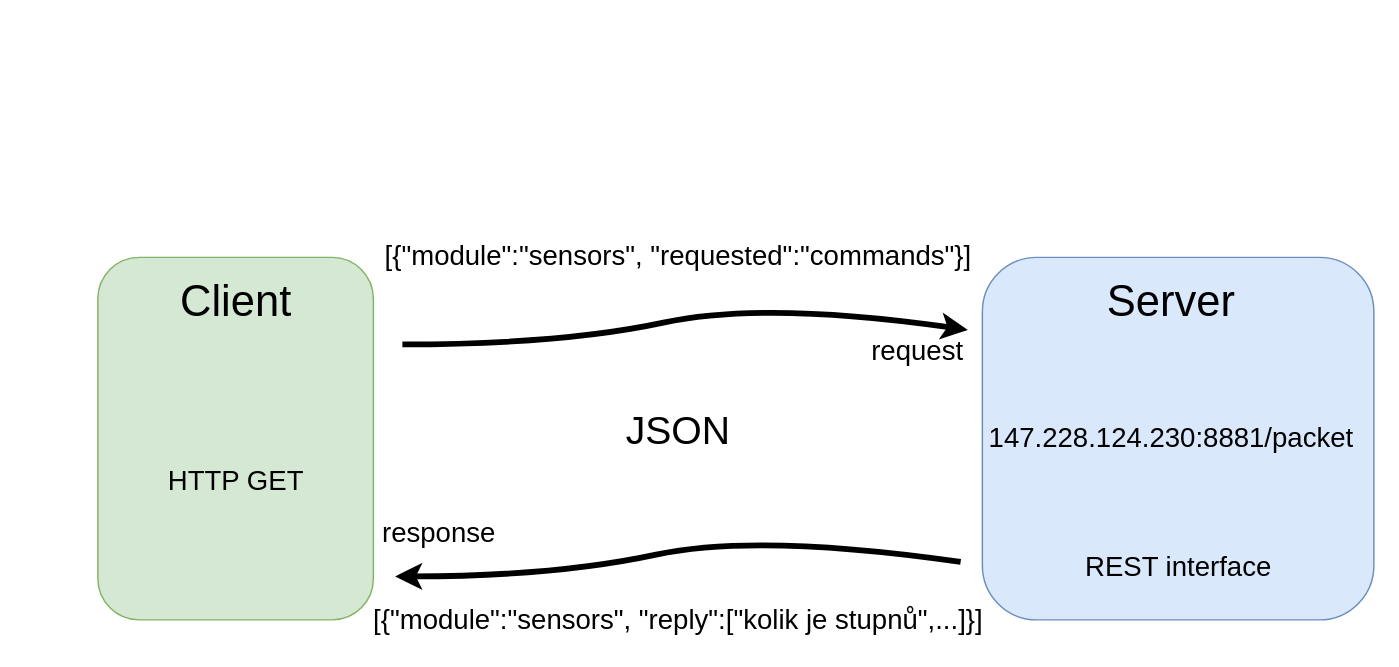
This is egs/voicehome/doc/thesis/img/REST_schema.drawio from kitt10/iot, a draw.io file, before an edit. Source tidied: cells renumbered, new cells numbered last; positions are measured from the earlier drawing's top-left corner, leaving out a move shared by most shapes. Both pictures are drawn from the tidied source at 145%, with x=0, y=0 at pixel (97, 235).
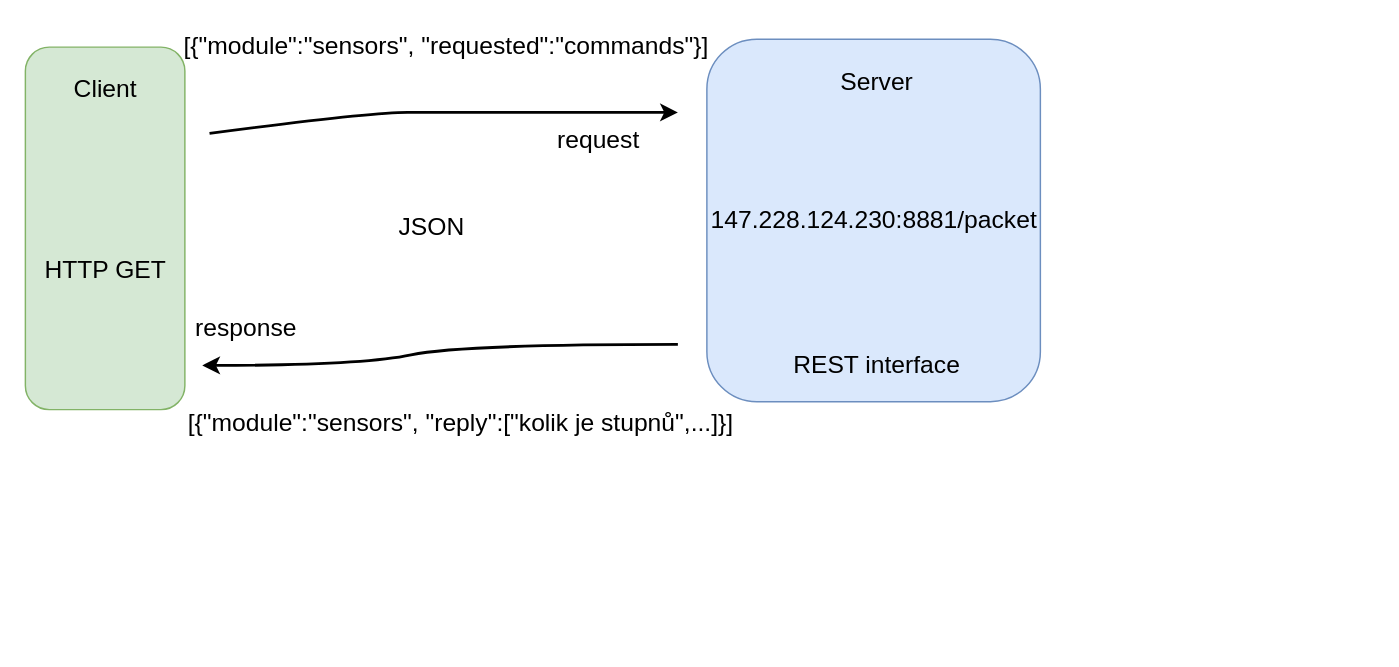
Above is the later version.

What changed in the source:
```diff
@@
-    <mxCell id="2" style="rounded=1;whiteSpace=wrap;html=1;fillColor=#d5e8d4;strokeColor=#82b366;" parent="1" vertex="1">
-      <mxGeometry y="15" width="190" height="250" as="geometry" />
-    </mxCell>
+    <mxCell id="16" style="rounded=1;whiteSpace=wrap;html=1;fillColor=#d5e8d4;strokeColor=#82b366;fontSize=17;" parent="1" vertex="1">
+      <mxGeometry x="-50" y="-130" width="110" height="250" as="geometry" />
+    </mxCell>
-    <mxCell id="3" value="Client" style="text;html=1;align=center;verticalAlign=middle;fontSize=30;" parent="1" vertex="1">
-      <mxGeometry x="50" y="25" width="90" height="40" as="geometry" />
+    <mxCell id="3" value="Client" style="text;html=1;align=center;verticalAlign=middle;fontSize=17;" parent="1" vertex="1">
+      <mxGeometry x="-25" y="-115" width="60" height="30" as="geometry" />
     </mxCell>
-    <mxCell id="4" value="HTTP GET" style="text;html=1;align=center;verticalAlign=middle;fontSize=19;" parent="1" vertex="1">
-      <mxGeometry x="40" y="155" width="110" height="30" as="geometry" />
+    <mxCell id="4" value="HTTP GET" style="text;html=1;align=center;verticalAlign=middle;fontSize=17;" parent="1" vertex="1">
+      <mxGeometry x="-45" y="10" width="100" height="30" as="geometry" />
     </mxCell>
-    <mxCell id="5" style="rounded=1;whiteSpace=wrap;html=1;fillColor=#dae8fc;strokeColor=#6c8ebf;" parent="1" vertex="1">
-      <mxGeometry x="610" y="15" width="270" height="250" as="geometry" />
-    </mxCell>
-    <mxCell id="6" value="Server" style="text;html=1;align=center;verticalAlign=middle;fontSize=30;" parent="1" vertex="1">
-      <mxGeometry x="690" y="25" width="100" height="40" as="geometry" />
-    </mxCell>
-    <mxCell id="7" value="REST interface" style="text;html=1;align=center;verticalAlign=middle;fontSize=19;" parent="1" vertex="1">
-      <mxGeometry x="675" y="214" width="140" height="30" as="geometry" />
-    </mxCell>
-    <mxCell id="8" value="147.228.124.230:8881/packet" style="text;html=1;align=center;verticalAlign=middle;fontSize=19;" parent="1" vertex="1">
-      <mxGeometry x="605" y="125" width="270" height="30" as="geometry" />
-    </mxCell>
-    <mxCell id="9" style="curved=1;endArrow=classic;html=1;fontSize=17;strokeWidth=4;" parent="1" edge="1">
-      <mxGeometry relative="1" as="geometry">
-        <mxPoint x="210" y="75" as="sourcePoint" />
-        <mxPoint x="600" y="65" as="targetPoint" />
-        <Array as="points">
-          <mxPoint x="320" y="75" />
-          <mxPoint x="460" y="45" />
-        </Array>
-      </mxGeometry>
-    </mxCell>
+    <mxCell id="17" style="curved=1;endArrow=classic;html=1;fontSize=17;strokeWidth=2;" parent="1" edge="1">
+      <mxGeometry relative="1" as="geometry">
+        <mxPoint x="77" y="-70.5" as="sourcePoint" />
+        <mxPoint x="400" y="-85" as="targetPoint" />
+        <Array as="points">
+          <mxPoint x="187" y="-85" />
+          <mxPoint x="240" y="-85" />
+        </Array>
+      </mxGeometry>
+    </mxCell>
-    <mxCell id="10" value="JSON" style="text;html=1;align=center;verticalAlign=middle;fontSize=27;" parent="1" vertex="1">
-      <mxGeometry x="355" y="115" width="90" height="40" as="geometry" />
+    <mxCell id="10" value="JSON" style="text;html=1;align=center;verticalAlign=middle;fontSize=17;" parent="1" vertex="1">
+      <mxGeometry x="200" y="-20" width="60" height="30" as="geometry" />
     </mxCell>
-    <mxCell id="11" value="response" style="text;html=1;align=center;verticalAlign=middle;fontSize=19;" parent="1" vertex="1">
-      <mxGeometry x="190" y="191" width="90" height="30" as="geometry" />
+    <mxCell id="11" value="response" style="text;html=1;align=center;verticalAlign=middle;fontSize=17;" parent="1" vertex="1">
+      <mxGeometry x="57" y="50" width="90" height="30" as="geometry" />
     </mxCell>
-    <mxCell id="12" value="request" style="text;html=1;align=center;verticalAlign=middle;fontSize=19;" parent="1" vertex="1">
-      <mxGeometry x="525" y="65" width="80" height="30" as="geometry" />
+    <mxCell id="12" value="request" style="text;html=1;align=center;verticalAlign=middle;fontSize=17;" parent="1" vertex="1">
+      <mxGeometry x="310" y="-80" width="70" height="30" as="geometry" />
     </mxCell>
-    <mxCell id="13" value="&lt;font style=&quot;font-size: 19px;&quot;&gt;[{&quot;module&quot;:&quot;sensors&quot;, &quot;requested&quot;:&quot;commands&quot;}]&lt;/font&gt;" style="text;html=1;align=center;verticalAlign=middle;fontSize=19;" parent="1" vertex="1">
-      <mxGeometry x="190" width="420" height="30" as="geometry" />
+    <mxCell id="13" value="&lt;font style=&quot;font-size: 17px;&quot;&gt;[{&quot;module&quot;:&quot;sensors&quot;, &quot;requested&quot;:&quot;commands&quot;}]&lt;/font&gt;" style="text;html=1;align=center;verticalAlign=middle;fontSize=17;" parent="1" vertex="1">
+      <mxGeometry x="50" y="-145" width="380" height="30" as="geometry" />
     </mxCell>
-    <mxCell id="14" value="&lt;font style=&quot;font-size: 19px;&quot;&gt;[{&quot;module&quot;:&quot;sensors&quot;, &quot;reply&quot;:[&quot;kolik je stupnů&quot;,...]}]&lt;/font&gt;" style="text;html=1;align=center;verticalAlign=middle;fontSize=19;" parent="1" vertex="1">
-      <mxGeometry x="180" y="251" width="440" height="30" as="geometry" />
+    <mxCell id="14" value="&lt;font style=&quot;font-size: 17px;&quot;&gt;[{&quot;module&quot;:&quot;sensors&quot;, &quot;reply&quot;:[&quot;kolik je stupnů&quot;,...]}]&lt;/font&gt;" style="text;html=1;align=center;verticalAlign=middle;fontSize=17;" parent="1" vertex="1">
+      <mxGeometry x="55" y="114.5" width="390" height="30" as="geometry" />
     </mxCell>
-    <mxCell id="15" style="curved=1;endArrow=classic;html=1;fontSize=17;strokeWidth=4;" parent="1" edge="1">
-      <mxGeometry relative="1" as="geometry">
-        <mxPoint x="595" y="225" as="sourcePoint" />
-        <mxPoint x="205" y="235" as="targetPoint" />
-        <Array as="points">
-          <mxPoint x="455" y="205" />
-          <mxPoint x="315" y="235" />
-        </Array>
-      </mxGeometry>
-    </mxCell>
+    <mxCell id="18" style="curved=1;endArrow=classic;html=1;fontSize=17;strokeWidth=2;" parent="1" edge="1">
+      <mxGeometry relative="1" as="geometry">
+        <mxPoint x="400" y="75" as="sourcePoint" />
+        <mxPoint x="72" y="89.5" as="targetPoint" />
+        <Array as="points">
+          <mxPoint x="250" y="75" />
+          <mxPoint x="182" y="89.5" />
+        </Array>
+      </mxGeometry>
+    </mxCell>
+    <mxCell id="19" style="group;fontSize=17;" parent="1" vertex="1">
+      <mxGeometry x="420" y="-135.5" width="235" height="250" as="geometry" />
+    </mxCell>
+    <mxCell id="20" style="rounded=1;whiteSpace=wrap;html=1;fillColor=#dae8fc;strokeColor=#6c8ebf;fontSize=17;" parent="19" vertex="1">
+      <mxGeometry width="230" height="250" as="geometry" />
+    </mxCell>
+    <mxCell id="6" value="Server" style="text;html=1;align=center;verticalAlign=middle;fontSize=17;" parent="19" vertex="1">
+      <mxGeometry x="82" y="15" width="70" height="30" as="geometry" />
+    </mxCell>
+    <mxCell id="7" value="REST interface" style="text;html=1;align=center;verticalAlign=middle;fontSize=17;" parent="19" vertex="1">
+      <mxGeometry x="52" y="210" width="130" height="30" as="geometry" />
+    </mxCell>
+    <mxCell id="8" value="147.228.124.230:8881/packet" style="text;html=1;align=center;verticalAlign=middle;fontSize=17;" parent="19" vertex="1">
+      <mxGeometry x="-5" y="110" width="240" height="30" as="geometry" />
+    </mxCell>
```
